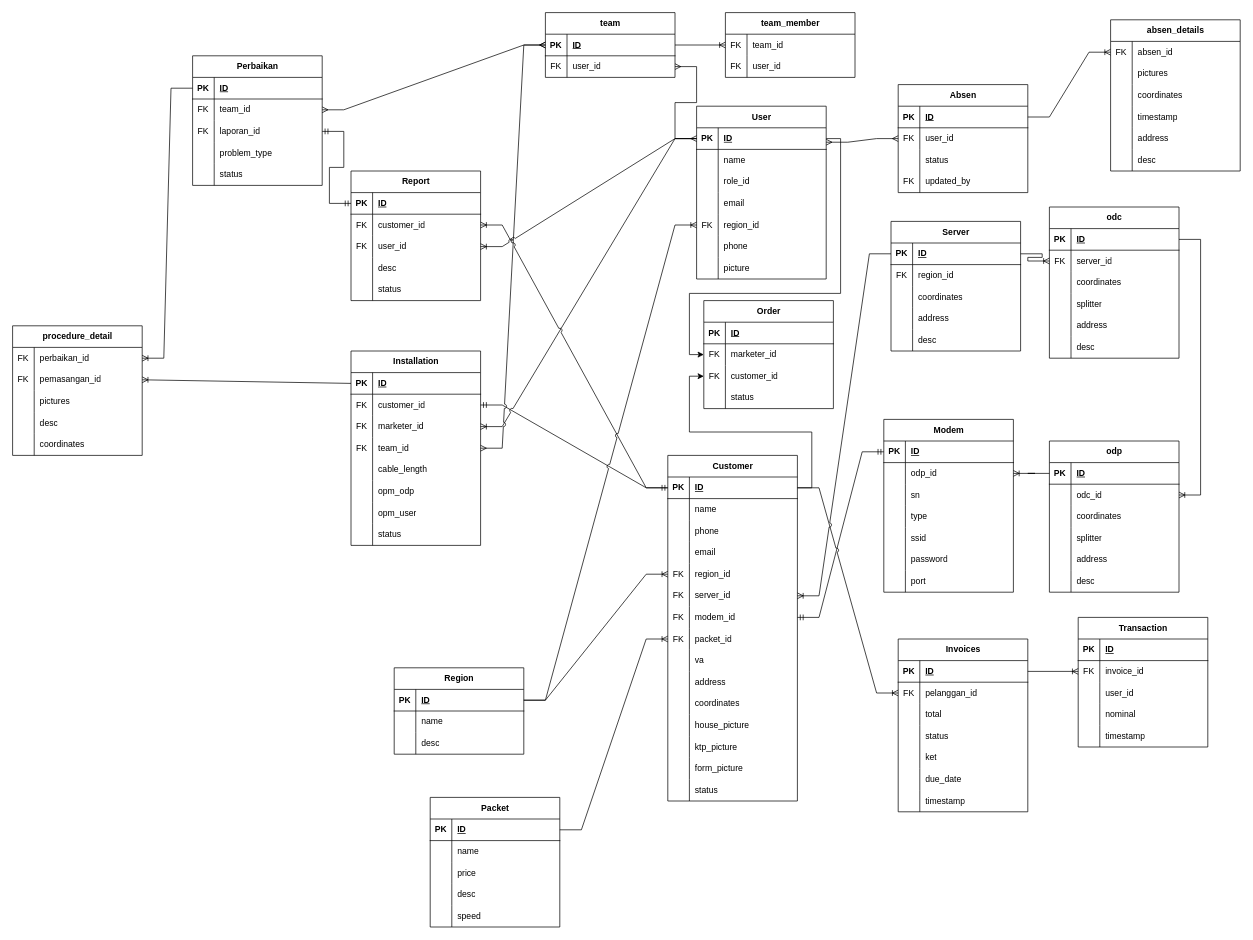
Above: Untitled Diagram.drawio in muhamadArdalepa/big-diagrams (draw.io), before the change. Source tidied: cells renumbered, new cells numbered last; positions are measured from the earlier drawing's top-left corner, leaving out a move shared by most shapes. Both pictures are drawn from the tidied source at 72%, with x=0, y=0 at pixel (12, 12).
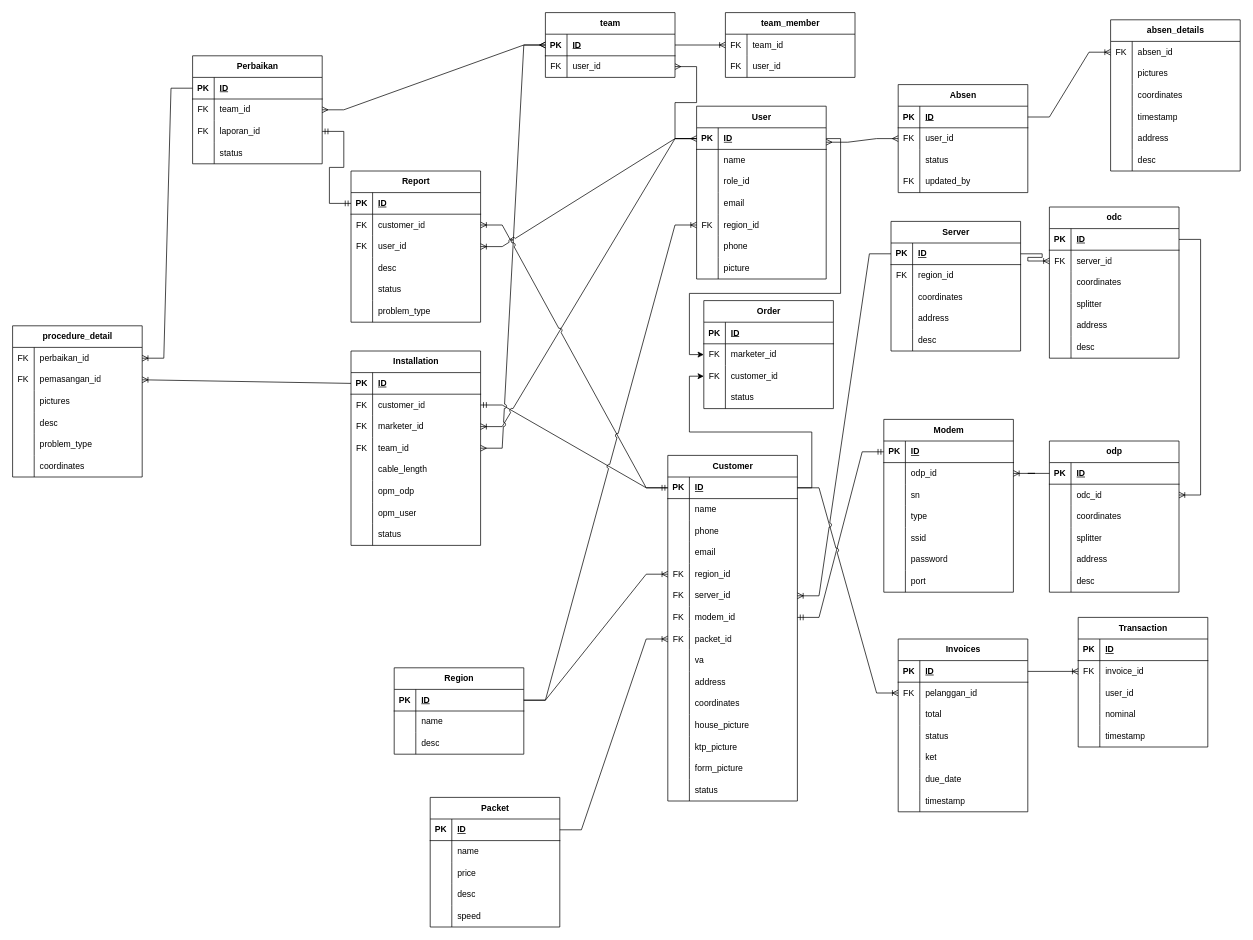
Above is the later version.

The edit, as a diff of the source:
```diff
@@
     <mxCell id="229" value="procedure_detail" style="shape=table;startSize=30;childLayout=tableLayout;rowLines=0;fontStyle=1;align=center;html=1;" parent="1" vertex="1">
-      <mxGeometry y="435" width="180" height="180" as="geometry" />
+      <mxGeometry y="435" width="180" height="210" as="geometry" />
     </mxCell>
@@
+    <mxCell id="302" style="shape=tableRow;horizontal=0;startSize=0;swimlaneHead=0;swimlaneBody=0;fillColor=none;top=0;left=0;right=0;bottom=0;" parent="229" vertex="1">
+      <mxGeometry y="150" width="180" height="30" as="geometry" />
+    </mxCell>
+    <mxCell id="303" style="shape=partialRectangle;fillColor=none;top=0;left=0;bottom=0;right=0;overflow=hidden;whiteSpace=wrap;html=1;" parent="302" vertex="1">
+      <mxGeometry width="30" height="30" as="geometry" />
+    </mxCell>
+    <mxCell id="304" value="problem_type" style="shape=partialRectangle;fillColor=none;top=0;left=0;bottom=0;right=0;align=left;spacingLeft=6;overflow=hidden;whiteSpace=wrap;html=1;" parent="302" vertex="1">
+      <mxGeometry x="30" width="150" height="30" as="geometry" />
+    </mxCell>
     <mxCell id="242" style="shape=tableRow;horizontal=0;startSize=0;swimlaneHead=0;swimlaneBody=0;fillColor=none;top=0;left=0;right=0;bottom=0;" parent="229" vertex="1">
-      <mxGeometry y="150" width="180" height="30" as="geometry" />
+      <mxGeometry y="180" width="180" height="30" as="geometry" />
     </mxCell>
@@
     <mxCell id="273" value="Report" style="shape=table;startSize=30;childLayout=tableLayout;rowLines=0;fontStyle=1;align=center;html=1;" parent="1" vertex="1">
-      <mxGeometry x="470" y="220" width="180" height="180" as="geometry" />
+      <mxGeometry x="470" y="220" width="180" height="210" as="geometry" />
     </mxCell>
@@
+    <mxCell id="368" style="shape=tableRow;horizontal=0;startSize=0;swimlaneHead=0;swimlaneBody=0;fillColor=none;top=0;left=0;right=0;bottom=0;" parent="273" vertex="1">
+      <mxGeometry y="180" width="180" height="30" as="geometry" />
+    </mxCell>
+    <mxCell id="369" style="shape=partialRectangle;fillColor=none;top=0;left=0;bottom=0;right=0;overflow=hidden;whiteSpace=wrap;html=1;" parent="368" vertex="1">
+      <mxGeometry width="30" height="30" as="geometry" />
+    </mxCell>
+    <mxCell id="370" value="problem_type" style="shape=partialRectangle;fillColor=none;top=0;left=0;bottom=0;right=0;align=left;spacingLeft=6;overflow=hidden;whiteSpace=wrap;html=1;" parent="368" vertex="1">
+      <mxGeometry x="30" width="150" height="30" as="geometry" />
+    </mxCell>
@@
     <mxCell id="292" value="Perbaikan" style="shape=table;startSize=30;childLayout=tableLayout;rowLines=0;fontStyle=1;align=center;html=1;" parent="1" vertex="1">
-      <mxGeometry x="250" y="60" width="180" height="180" as="geometry" />
+      <mxGeometry x="250" y="60" width="180" height="150" as="geometry" />
     </mxCell>
@@
-    <mxCell id="302" style="shape=tableRow;horizontal=0;startSize=0;swimlaneHead=0;swimlaneBody=0;fillColor=none;top=0;left=0;right=0;bottom=0;" parent="292" vertex="1">
-      <mxGeometry y="120" width="180" height="30" as="geometry" />
-    </mxCell>
-    <mxCell id="303" style="shape=partialRectangle;fillColor=none;top=0;left=0;bottom=0;right=0;overflow=hidden;whiteSpace=wrap;html=1;" parent="302" vertex="1">
-      <mxGeometry width="30" height="30" as="geometry" />
-    </mxCell>
-    <mxCell id="304" value="problem_type" style="shape=partialRectangle;fillColor=none;top=0;left=0;bottom=0;right=0;align=left;spacingLeft=6;overflow=hidden;whiteSpace=wrap;html=1;" parent="302" vertex="1">
-      <mxGeometry x="30" width="150" height="30" as="geometry" />
-    </mxCell>
     <mxCell id="305" style="shape=tableRow;horizontal=0;startSize=0;swimlaneHead=0;swimlaneBody=0;fillColor=none;top=0;left=0;right=0;bottom=0;" parent="292" vertex="1">
-      <mxGeometry y="150" width="180" height="30" as="geometry" />
+      <mxGeometry y="120" width="180" height="30" as="geometry" />
     </mxCell>
```
